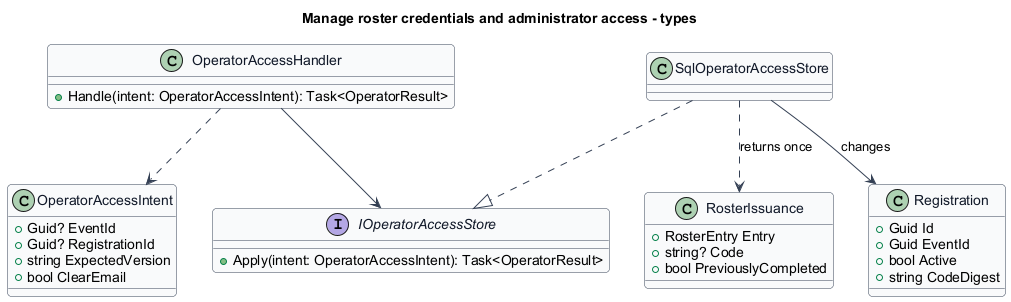
Above: docs/detailed-designs/operations/manage-operator-access/diagrams/classes.png in QuinntyneBrown/faithtech-toronto-ai-build-event (PlantUML), before the change.
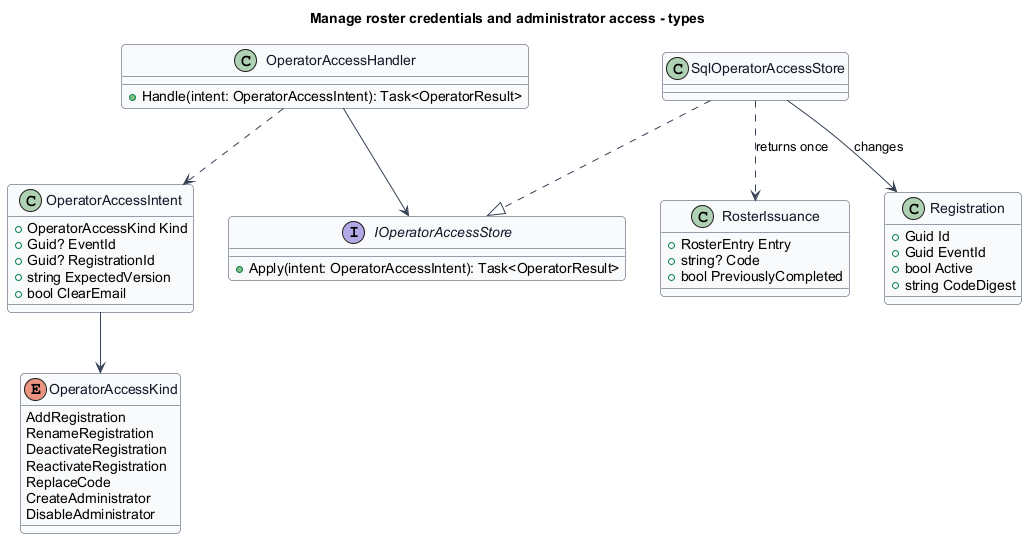
The same file after the commit.

Change to the diagram source:
```diff
@@ -11,6 +11,7 @@
 }
 title Manage roster credentials and administrator access - types
 class OperatorAccessIntent {
+ +OperatorAccessKind Kind
  +Guid? EventId
  +Guid? RegistrationId
  +string ExpectedVersion
@@ -39,4 +40,14 @@
 SqlOperatorAccessStore ..|> IOperatorAccessStore
 SqlOperatorAccessStore --> Registration : changes
 SqlOperatorAccessStore ..> RosterIssuance : returns once
+enum OperatorAccessKind {
+ AddRegistration
+ RenameRegistration
+ DeactivateRegistration
+ ReactivateRegistration
+ ReplaceCode
+ CreateAdministrator
+ DisableAdministrator
+}
+OperatorAccessIntent --> OperatorAccessKind
 @enduml
```
